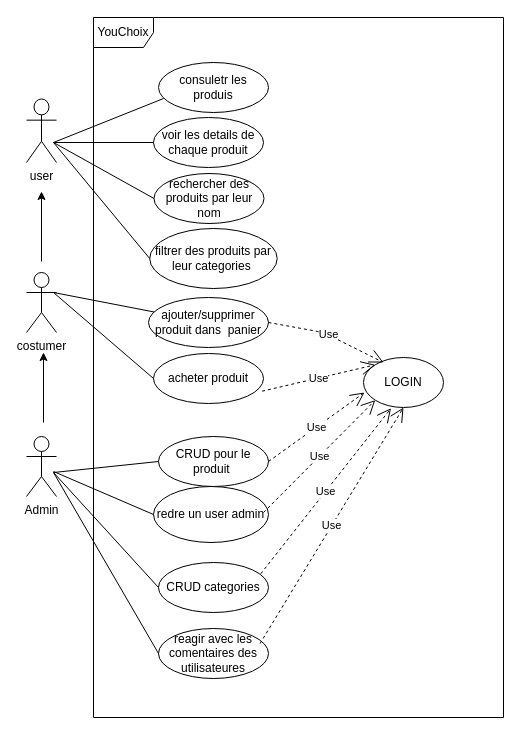
This is conception/DUC.drawio from AmeksaKhadija/FilRouge, a draw.io file, before an edit. Source tidied: cells renumbered, new cells numbered last; positions are measured from the earlier drawing's top-left corner, leaving out a move shared by most shapes. Both pictures are drawn from the tidied source at 100%, with x=0, y=0 at pixel (26, 17).
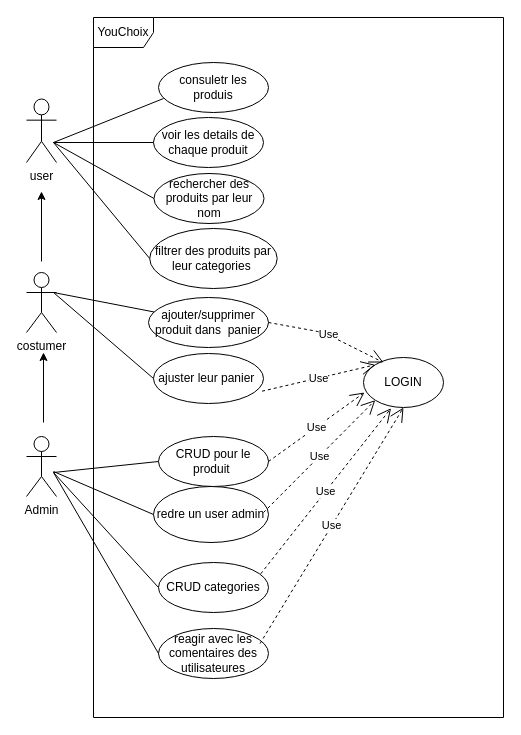
The same diagram, later.

Commit message (it also covers changes not shown here):
message lorsque le panier est vide

What changed in the source:
```diff
@@
-    <mxCell id="7" value="acheter produit" style="ellipse;whiteSpace=wrap;html=1;" parent="1" vertex="1">
+    <mxCell id="7" value="ajuster leur panier&amp;nbsp;" style="ellipse;whiteSpace=wrap;html=1;" parent="1" vertex="1">
       <mxGeometry x="127" y="336" width="110" height="50" as="geometry" />
     </mxCell>
```
